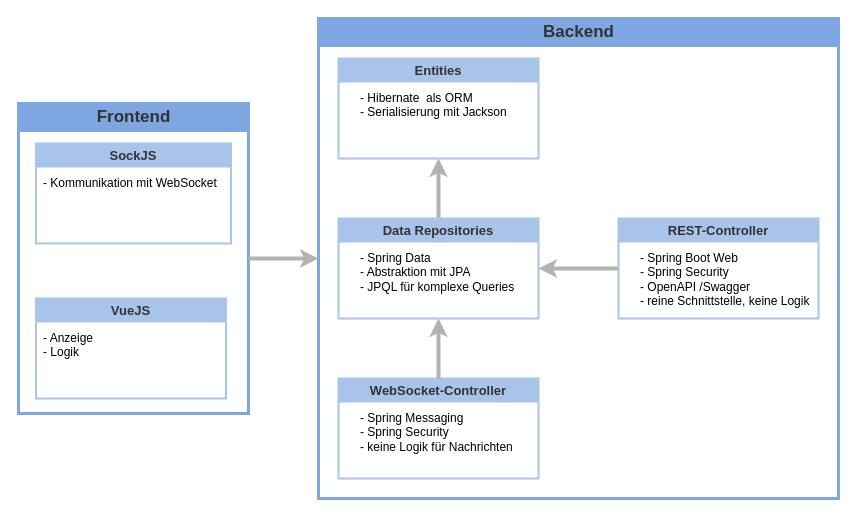
Earlier version of the draw.io diagram markdown-images/lego.drawio (xwoodpecker/DistributedDisplayBoards). Source tidied: cells renumbered, new cells numbered last; positions are measured from the earlier drawing's top-left corner, leaving out a move shared by most shapes. Both pictures are drawn from the tidied source at 100%, with x=0, y=0 at pixel (18, 18).
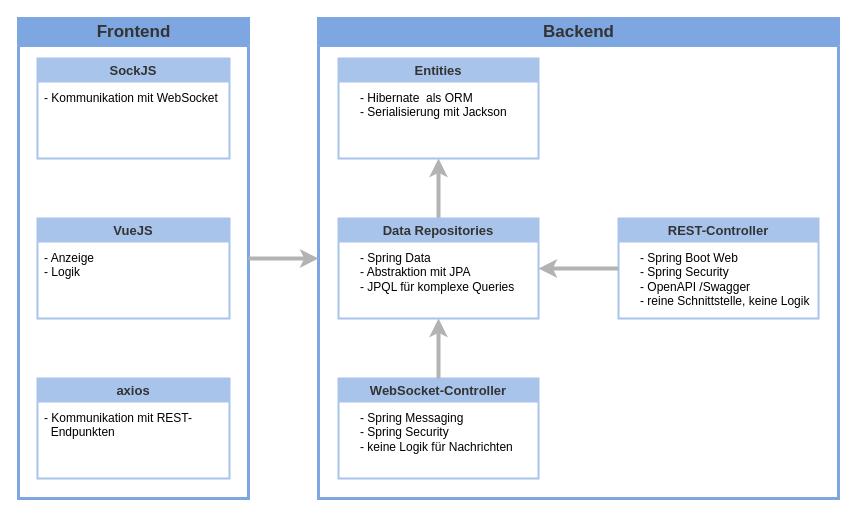
The same diagram, later.

What changed in the source:
```diff
@@
     <mxCell id="14" value="Frontend" style="swimlane;html=1;startSize=27;horizontal=1;containerType=tree;strokeWidth=3;fillColor=#7EA6E0;strokeColor=#7EA6E0;fontColor=#333333;fontSize=17;" parent="1" vertex="1">
-      <mxGeometry y="85" width="230" height="310" as="geometry" />
+      <mxGeometry width="230" height="480" as="geometry" />
     </mxCell>
     <mxCell id="15" value="SockJS" style="swimlane;fillColor=#A9C4EB;strokeColor=#A9C4EB;strokeWidth=2;fontSize=13;fontColor=#333333;" parent="14" vertex="1">
-      <mxGeometry x="17.5" y="40" width="195" height="100" as="geometry" />
+      <mxGeometry x="19" y="40" width="192" height="100" as="geometry" />
     </mxCell>
@@
     <mxCell id="17" value="VueJS" style="swimlane;fillColor=#A9C4EB;strokeColor=#A9C4EB;strokeWidth=2;fontSize=13;fontColor=#333333;" parent="14" vertex="1">
-      <mxGeometry x="17.5" y="195" width="190" height="100" as="geometry" />
+      <mxGeometry x="19" y="200" width="192" height="100" as="geometry" />
     </mxCell>
@@
+    <mxCell id="20" value="axios" style="swimlane;fillColor=#A9C4EB;strokeColor=#A9C4EB;strokeWidth=2;fontSize=13;fontColor=#333333;" parent="14" vertex="1">
+      <mxGeometry x="19" y="360" width="192" height="100" as="geometry" />
+    </mxCell>
+    <mxCell id="21" value="- Kommunikation mit REST-&lt;br&gt;&amp;nbsp; Endpunkten" style="text;html=1;align=left;verticalAlign=top;spacingTop=-4;" parent="20" vertex="1">
+      <mxGeometry x="5" y="30" width="160" height="30" as="geometry" />
+    </mxCell>
```
